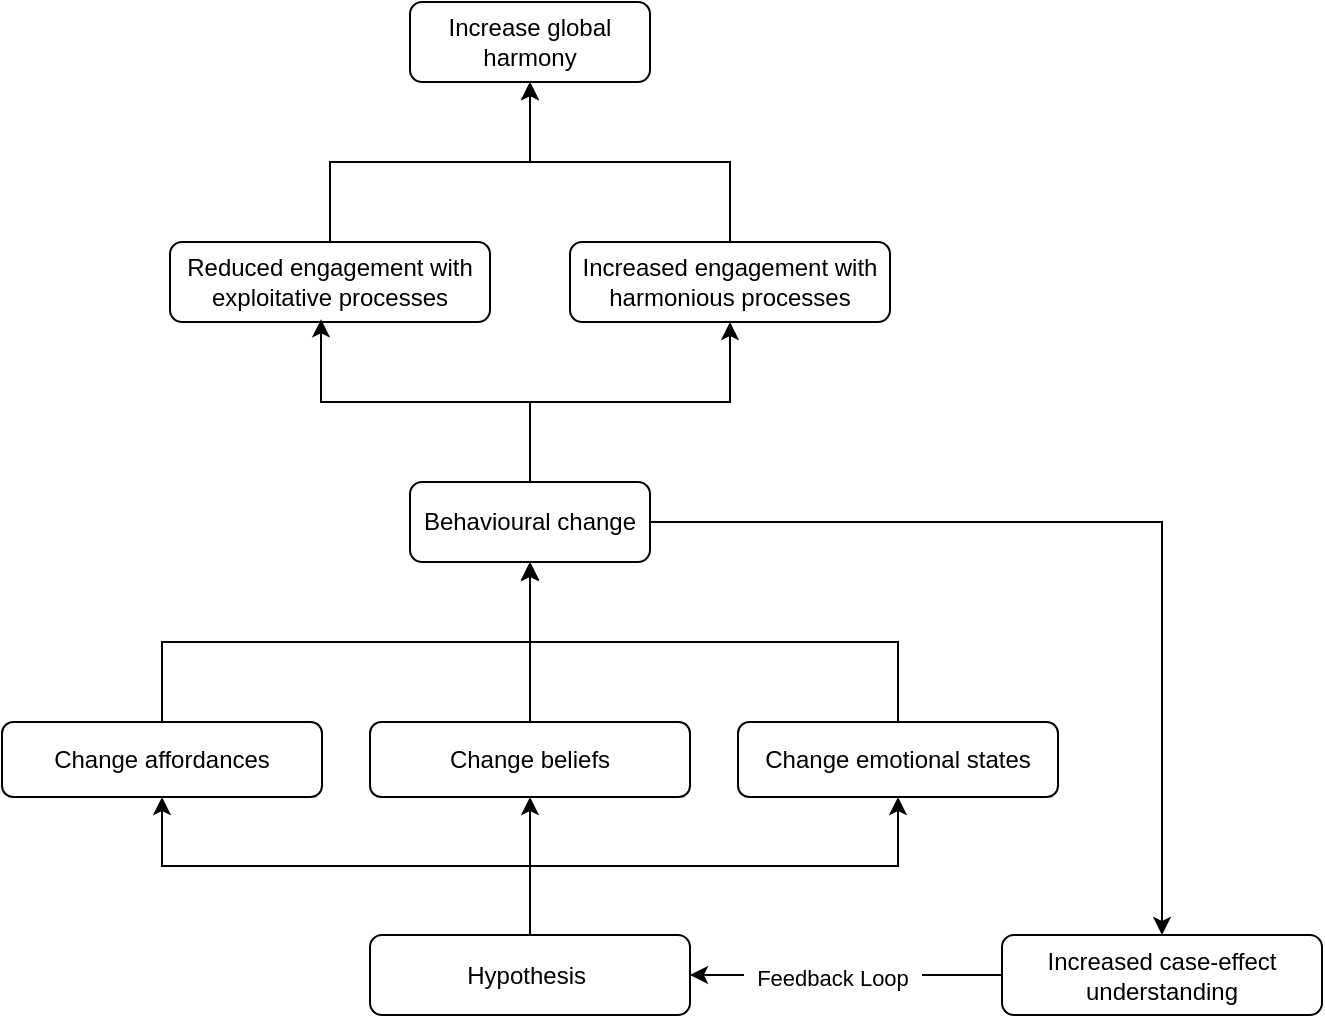
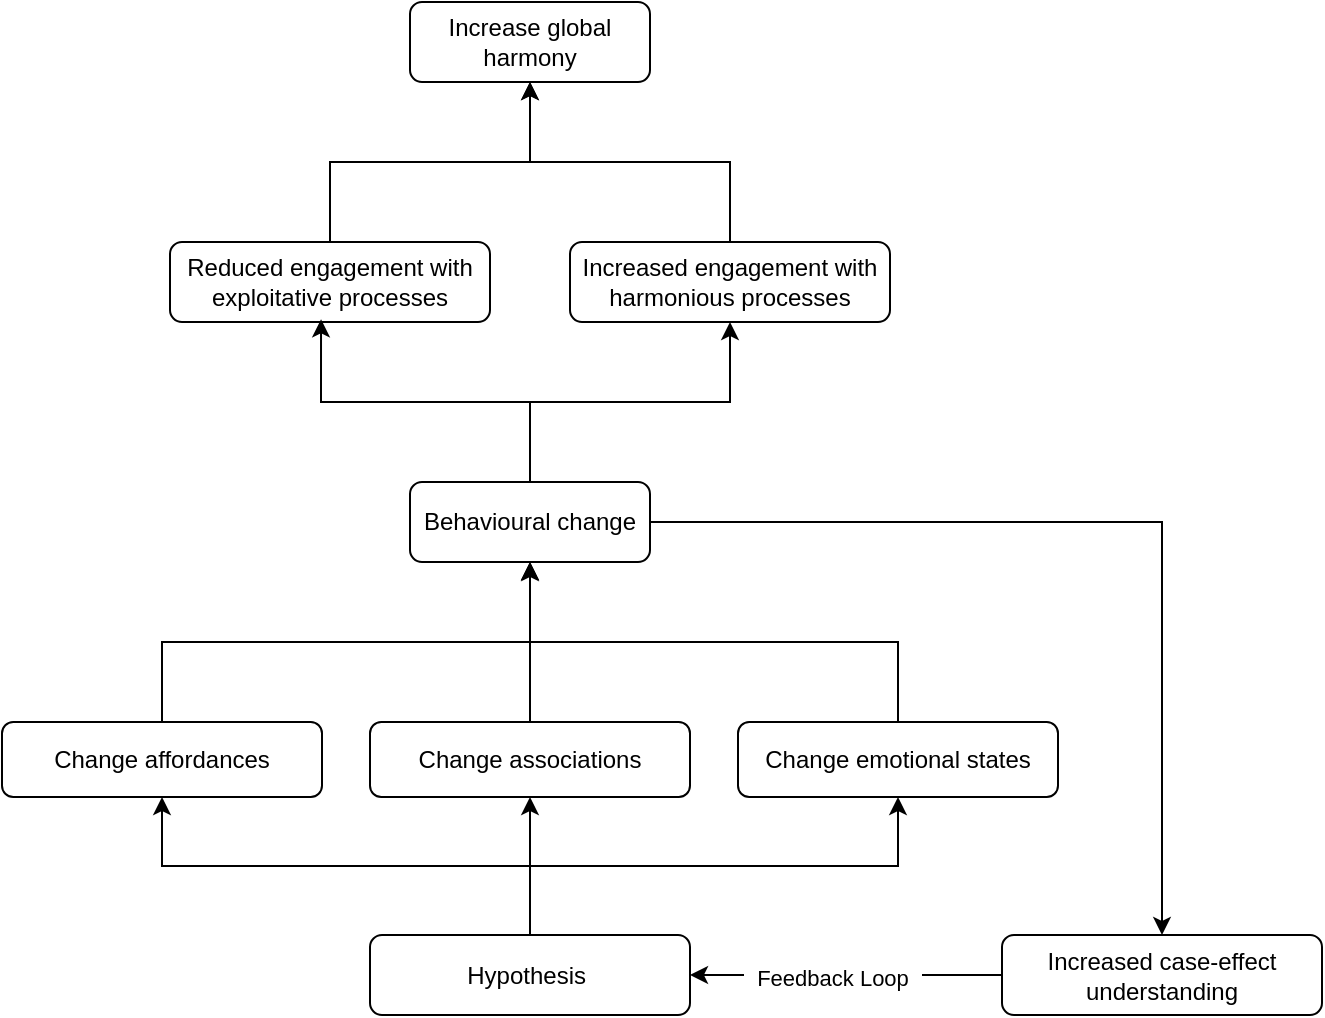
- <mxfile host="app.diagrams.net" agent="Mozilla/5.0 (X11; Linux x86_64; rv:148.0) Gecko/20100101 Firefox/148.0" version="29.6.4">
+ <mxfile host="app.diagrams.net" agent="Mozilla/5.0 (X11; Linux x86_64; rv:148.0) Gecko/20100101 Firefox/148.0">
  <diagram name="Page-1" id="4qQuQAqoPxNVGYq8f3uU">
-     <mxGraphModel dx="754" dy="1809" grid="0" gridSize="10" guides="1" tooltips="1" connect="1" arrows="1" fold="1" page="0" pageScale="1" pageWidth="850" pageHeight="1100" math="0" shadow="0">
+     <mxGraphModel dx="-1100" dy="756" grid="0" gridSize="10" guides="1" tooltips="1" connect="1" arrows="1" fold="1" page="0" pageScale="1" pageWidth="850" pageHeight="1100" math="0" shadow="0">
      <root>
        <mxCell id="0" />
        <mxCell id="1" parent="0" />
        <mxCell id="IY58Hyuxto51kOQ-luWn-1" parent="1" style="rounded=1;whiteSpace=wrap;html=1;spacingLeft=4;spacingRight=4;spacingTop=4;spacingBottom=4;" value="Increase global harmony" vertex="1">
          <mxGeometry height="40" width="120" x="2560" y="211" as="geometry" />
        </mxCell>
        <mxCell id="IY58Hyuxto51kOQ-luWn-2" edge="1" parent="1" source="IY58Hyuxto51kOQ-luWn-3" style="edgeStyle=orthogonalEdgeStyle;rounded=0;orthogonalLoop=1;jettySize=auto;html=1;entryX=0.5;entryY=1;entryDx=0;entryDy=0;" target="IY58Hyuxto51kOQ-luWn-1">
          <mxGeometry relative="1" as="geometry" />
        </mxCell>
        <mxCell id="IY58Hyuxto51kOQ-luWn-3" parent="1" style="rounded=1;whiteSpace=wrap;html=1;spacingLeft=4;spacingRight=4;spacingTop=4;spacingBottom=4;" value="Reduced engagement with exploitative processes" vertex="1">
          <mxGeometry height="40" width="160" x="2440" y="331" as="geometry" />
        </mxCell>
        <mxCell id="IY58Hyuxto51kOQ-luWn-6" parent="1" style="rounded=1;whiteSpace=wrap;html=1;spacingLeft=4;spacingRight=4;spacingTop=4;spacingBottom=4;" value="Increased engagement with harmonious processes" vertex="1">
          <mxGeometry height="40" width="160" x="2640" y="331" as="geometry" />
        </mxCell>
        <mxCell id="IY58Hyuxto51kOQ-luWn-29" edge="1" parent="1" source="IY58Hyuxto51kOQ-luWn-10" style="edgeStyle=orthogonalEdgeStyle;rounded=0;orthogonalLoop=1;jettySize=auto;html=1;">
          <mxGeometry relative="1" as="geometry">
            <mxPoint x="2620" y="491.57142857142867" as="targetPoint" />
          </mxGeometry>
        </mxCell>
-         <mxCell id="IY58Hyuxto51kOQ-luWn-10" parent="1" style="rounded=1;whiteSpace=wrap;html=1;spacingLeft=4;spacingRight=4;spacingTop=4;spacingBottom=4;" value="Change beliefs" vertex="1">
+         <mxCell id="IY58Hyuxto51kOQ-luWn-10" parent="1" style="rounded=1;whiteSpace=wrap;html=1;spacingLeft=4;spacingRight=4;spacingTop=4;spacingBottom=4;" value="Change associations" vertex="1">
          <mxGeometry height="37.5" width="160" x="2540" y="571" as="geometry" />
        </mxCell>
        <mxCell id="IY58Hyuxto51kOQ-luWn-11" edge="1" parent="1" source="IY58Hyuxto51kOQ-luWn-13" style="edgeStyle=orthogonalEdgeStyle;rounded=0;orthogonalLoop=1;jettySize=auto;html=1;exitX=0.5;exitY=0;exitDx=0;exitDy=0;" target="IY58Hyuxto51kOQ-luWn-6">
          <mxGeometry relative="1" as="geometry" />
        </mxCell>
        <mxCell id="IY58Hyuxto51kOQ-luWn-32" edge="1" parent="1" source="IY58Hyuxto51kOQ-luWn-13" style="edgeStyle=orthogonalEdgeStyle;rounded=0;orthogonalLoop=1;jettySize=auto;html=1;entryX=0.5;entryY=0;entryDx=0;entryDy=0;" target="IY58Hyuxto51kOQ-luWn-31">
          <mxGeometry relative="1" as="geometry">
            <mxPoint x="2856" y="471" as="targetPoint" />
          </mxGeometry>
        </mxCell>
        <mxCell id="IY58Hyuxto51kOQ-luWn-13" parent="1" style="rounded=1;whiteSpace=wrap;html=1;spacingLeft=4;spacingRight=4;spacingTop=4;spacingBottom=4;" value="Behavioural change" vertex="1">
          <mxGeometry height="40" width="120" x="2560" y="451" as="geometry" />
        </mxCell>
        <mxCell id="IY58Hyuxto51kOQ-luWn-14" edge="1" parent="1" source="IY58Hyuxto51kOQ-luWn-13" style="edgeStyle=orthogonalEdgeStyle;rounded=0;orthogonalLoop=1;jettySize=auto;html=1;exitX=0.5;exitY=0;exitDx=0;exitDy=0;entryX=0.472;entryY=0.966;entryDx=0;entryDy=0;entryPerimeter=0;" target="IY58Hyuxto51kOQ-luWn-3">
          <mxGeometry relative="1" as="geometry" />
        </mxCell>
        <mxCell id="IY58Hyuxto51kOQ-luWn-15" edge="1" parent="1" source="IY58Hyuxto51kOQ-luWn-6" style="edgeStyle=orthogonalEdgeStyle;rounded=0;orthogonalLoop=1;jettySize=auto;html=1;entryX=0.5;entryY=1;entryDx=0;entryDy=0;" target="IY58Hyuxto51kOQ-luWn-1">
          <mxGeometry relative="1" as="geometry">
            <mxPoint x="2710" y="291" as="targetPoint" />
          </mxGeometry>
        </mxCell>
        <mxCell id="IY58Hyuxto51kOQ-luWn-28" edge="1" parent="1" source="IY58Hyuxto51kOQ-luWn-17" style="edgeStyle=orthogonalEdgeStyle;rounded=0;orthogonalLoop=1;jettySize=auto;html=1;exitX=0.5;exitY=0;exitDx=0;exitDy=0;" target="IY58Hyuxto51kOQ-luWn-13">
          <mxGeometry relative="1" as="geometry" />
        </mxCell>
        <mxCell id="IY58Hyuxto51kOQ-luWn-17" parent="1" style="rounded=1;whiteSpace=wrap;html=1;spacingLeft=4;spacingRight=4;spacingTop=4;spacingBottom=4;" value="Change affordances" vertex="1">
          <mxGeometry height="37.5" width="160" x="2356" y="571" as="geometry" />
        </mxCell>
        <mxCell id="IY58Hyuxto51kOQ-luWn-30" edge="1" parent="1" source="IY58Hyuxto51kOQ-luWn-21" style="edgeStyle=orthogonalEdgeStyle;rounded=0;orthogonalLoop=1;jettySize=auto;html=1;entryX=0.5;entryY=1;entryDx=0;entryDy=0;" target="IY58Hyuxto51kOQ-luWn-13">
          <mxGeometry relative="1" as="geometry">
            <Array as="points">
              <mxPoint x="2804" y="531" />
              <mxPoint x="2620" y="531" />
            </Array>
          </mxGeometry>
        </mxCell>
        <mxCell id="IY58Hyuxto51kOQ-luWn-21" parent="1" style="rounded=1;whiteSpace=wrap;html=1;spacingLeft=4;spacingRight=4;spacingTop=4;spacingBottom=4;" value="Change emotional states" vertex="1">
          <mxGeometry height="37.5" width="160" x="2724" y="571" as="geometry" />
        </mxCell>
        <mxCell id="IY58Hyuxto51kOQ-luWn-23" edge="1" parent="1" source="IY58Hyuxto51kOQ-luWn-22" style="edgeStyle=orthogonalEdgeStyle;rounded=0;orthogonalLoop=1;jettySize=auto;html=1;entryX=0.5;entryY=1;entryDx=0;entryDy=0;" target="IY58Hyuxto51kOQ-luWn-10">
          <mxGeometry relative="1" as="geometry" />
        </mxCell>
        <mxCell id="IY58Hyuxto51kOQ-luWn-26" edge="1" parent="1" source="IY58Hyuxto51kOQ-luWn-22" style="edgeStyle=orthogonalEdgeStyle;rounded=0;orthogonalLoop=1;jettySize=auto;html=1;exitX=0.5;exitY=0;exitDx=0;exitDy=0;" target="IY58Hyuxto51kOQ-luWn-21">
          <mxGeometry relative="1" as="geometry" />
        </mxCell>
        <mxCell id="IY58Hyuxto51kOQ-luWn-27" edge="1" parent="1" source="IY58Hyuxto51kOQ-luWn-22" style="edgeStyle=orthogonalEdgeStyle;rounded=0;orthogonalLoop=1;jettySize=auto;html=1;exitX=0.5;exitY=0;exitDx=0;exitDy=0;" target="IY58Hyuxto51kOQ-luWn-17">
          <mxGeometry relative="1" as="geometry" />
        </mxCell>
        <mxCell id="IY58Hyuxto51kOQ-luWn-22" parent="1" style="rounded=1;whiteSpace=wrap;html=1;spacingLeft=4;spacingRight=4;spacingTop=4;spacingBottom=4;" value="Hypothesis&amp;nbsp;" vertex="1">
          <mxGeometry height="40" width="160" x="2540" y="677.5" as="geometry" />
        </mxCell>
        <mxCell id="IY58Hyuxto51kOQ-luWn-33" edge="1" parent="1" source="IY58Hyuxto51kOQ-luWn-31" style="edgeStyle=orthogonalEdgeStyle;rounded=0;orthogonalLoop=1;jettySize=auto;html=1;entryX=1;entryY=0.5;entryDx=0;entryDy=0;" target="IY58Hyuxto51kOQ-luWn-22">
          <mxGeometry relative="1" as="geometry" />
        </mxCell>
        <mxCell id="IY58Hyuxto51kOQ-luWn-35" connectable="0" parent="IY58Hyuxto51kOQ-luWn-33" style="edgeLabel;html=1;align=center;verticalAlign=middle;resizable=0;points=[];" value="&amp;nbsp; Feedback Loop&amp;nbsp;&amp;nbsp;" vertex="1">
          <mxGeometry relative="1" x="0.0952" y="1" as="geometry">
            <mxPoint as="offset" />
          </mxGeometry>
        </mxCell>
        <mxCell id="IY58Hyuxto51kOQ-luWn-31" parent="1" style="rounded=1;whiteSpace=wrap;html=1;spacingLeft=4;spacingRight=4;spacingTop=4;spacingBottom=4;" value="Increased case-effect understanding" vertex="1">
          <mxGeometry height="40" width="160" x="2856" y="677.5" as="geometry" />
        </mxCell>
      </root>
    </mxGraphModel>
  </diagram>
</mxfile>
